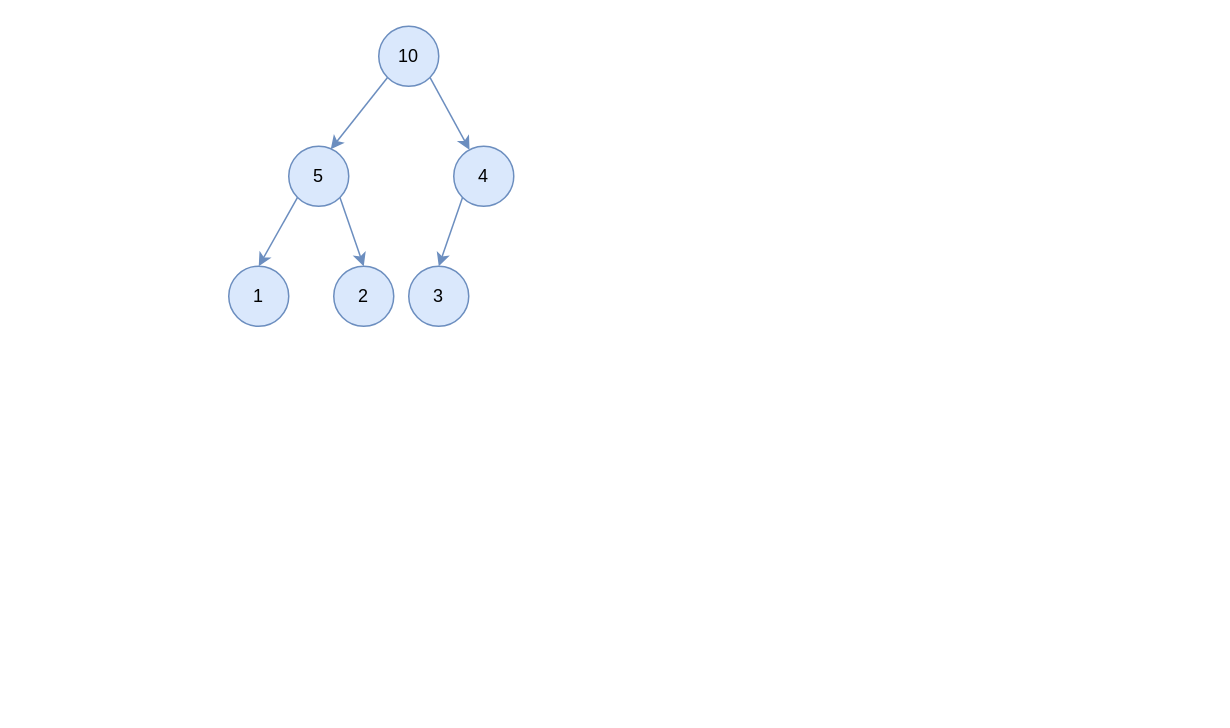
erlieStar/diagrams keeps this draw.io diagram as algorithm/堆排序-建完后开始砍.drawio. Above is the earlier version. Source tidied: cells renumbered, new cells numbered last; positions are measured from the earlier drawing's top-left corner, leaving out a move shared by most shapes. Both pictures are drawn from the tidied source at 150%, with x=0, y=0 at pixel (228, 26).
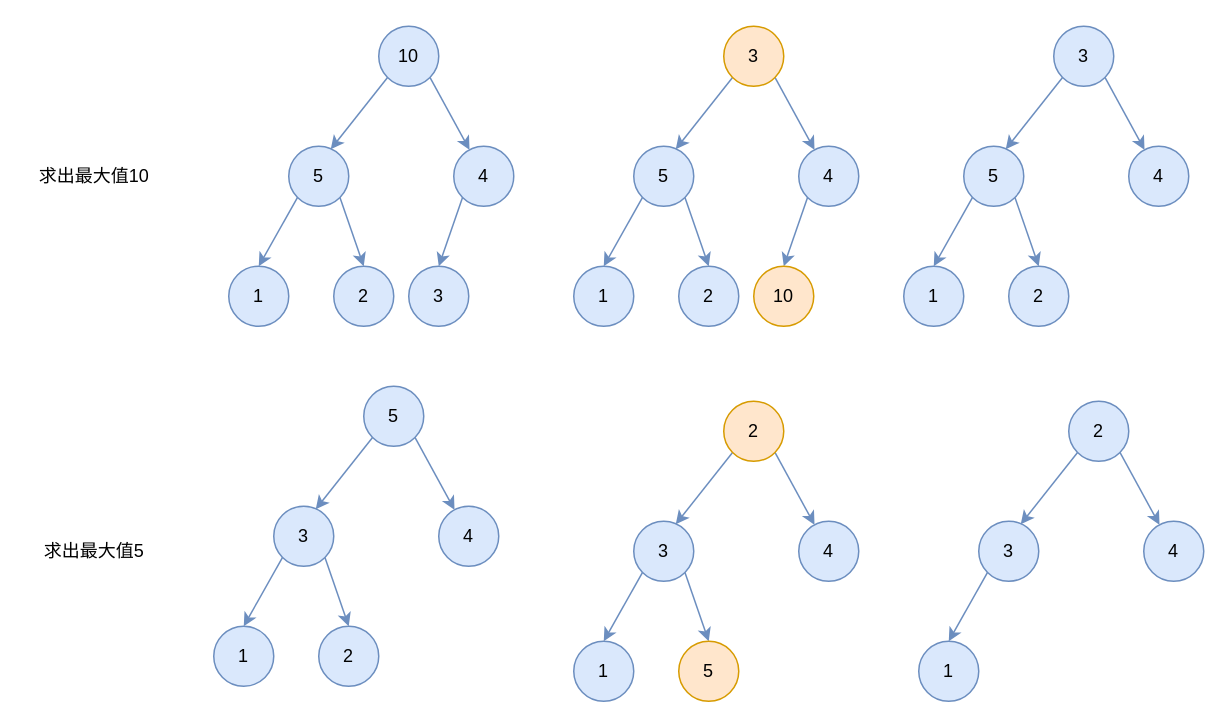
Above is the later version.

Commit message (it also covers changes not shown here):
Update 堆排序-建完后开始砍.drawio

What changed in the source:
```diff
@@
+    <mxCell id="13" style="rounded=0;jettySize=auto;html=1;exitX=0;exitY=1;exitDx=0;exitDy=0;entryX=0.7;entryY=0.05;entryDx=0;entryDy=0;entryPerimeter=0;fillColor=#dae8fc;strokeColor=#6c8ebf;" parent="1" edge="1" source="15" target="18">
+      <mxGeometry relative="1" as="geometry" />
+    </mxCell>
+    <mxCell id="14" style="edgeStyle=none;rounded=0;jettySize=auto;html=1;exitX=1;exitY=1;exitDx=0;exitDy=0;fillColor=#dae8fc;strokeColor=#6c8ebf;" parent="1" edge="1" source="15" target="20">
+      <mxGeometry relative="1" as="geometry" />
+    </mxCell>
+    <mxCell id="15" value="3" style="ellipse;whiteSpace=wrap;html=1;fillColor=#ffe6cc;strokeColor=#d79b00;" parent="1" vertex="1">
+      <mxGeometry x="330" width="40" height="40" as="geometry" />
+    </mxCell>
+    <mxCell id="16" style="edgeStyle=none;rounded=0;jettySize=auto;html=1;exitX=0;exitY=1;exitDx=0;exitDy=0;entryX=0.5;entryY=0;entryDx=0;entryDy=0;fillColor=#dae8fc;strokeColor=#6c8ebf;" parent="1" edge="1" source="18">
+      <mxGeometry relative="1" as="geometry">
+        <mxPoint x="250" y="160" as="targetPoint" />
+      </mxGeometry>
+    </mxCell>
+    <mxCell id="17" style="edgeStyle=none;rounded=0;jettySize=auto;html=1;exitX=1;exitY=1;exitDx=0;exitDy=0;entryX=0.5;entryY=0;entryDx=0;entryDy=0;fillColor=#dae8fc;strokeColor=#6c8ebf;" parent="1" edge="1" source="18" target="21">
+      <mxGeometry relative="1" as="geometry" />
+    </mxCell>
+    <mxCell id="18" value="5" style="ellipse;whiteSpace=wrap;html=1;fillColor=#dae8fc;strokeColor=#6c8ebf;" parent="1" vertex="1">
+      <mxGeometry x="270" y="80" width="40" height="40" as="geometry" />
+    </mxCell>
+    <mxCell id="19" style="edgeStyle=none;rounded=0;jettySize=auto;html=1;exitX=0;exitY=1;exitDx=0;exitDy=0;entryX=0.5;entryY=0;entryDx=0;entryDy=0;fillColor=#dae8fc;strokeColor=#6c8ebf;" parent="1" edge="1" source="20" target="22">
+      <mxGeometry relative="1" as="geometry" />
+    </mxCell>
+    <mxCell id="20" value="4" style="ellipse;whiteSpace=wrap;html=1;fillColor=#dae8fc;strokeColor=#6c8ebf;" parent="1" vertex="1">
+      <mxGeometry x="380" y="80" width="40" height="40" as="geometry" />
+    </mxCell>
+    <mxCell id="21" value="2" style="ellipse;whiteSpace=wrap;html=1;fillColor=#dae8fc;strokeColor=#6c8ebf;" parent="1" vertex="1">
+      <mxGeometry x="300" y="160" width="40" height="40" as="geometry" />
+    </mxCell>
+    <mxCell id="22" value="10" style="ellipse;whiteSpace=wrap;html=1;fillColor=#ffe6cc;strokeColor=#d79b00;" parent="1" vertex="1">
+      <mxGeometry x="350" y="160" width="40" height="40" as="geometry" />
+    </mxCell>
+    <mxCell id="23" value="1" style="ellipse;whiteSpace=wrap;html=1;fillColor=#dae8fc;strokeColor=#6c8ebf;" parent="1" vertex="1">
+      <mxGeometry x="230" y="160" width="40" height="40" as="geometry" />
+    </mxCell>
+    <mxCell id="24" style="rounded=0;jettySize=auto;html=1;exitX=0;exitY=1;exitDx=0;exitDy=0;entryX=0.7;entryY=0.05;entryDx=0;entryDy=0;entryPerimeter=0;fillColor=#dae8fc;strokeColor=#6c8ebf;" parent="1" edge="1" source="26" target="29">
+      <mxGeometry relative="1" as="geometry" />
+    </mxCell>
+    <mxCell id="25" style="edgeStyle=none;rounded=0;jettySize=auto;html=1;exitX=1;exitY=1;exitDx=0;exitDy=0;fillColor=#dae8fc;strokeColor=#6c8ebf;" parent="1" edge="1" source="26" target="30">
+      <mxGeometry relative="1" as="geometry" />
+    </mxCell>
+    <mxCell id="26" value="5" style="ellipse;whiteSpace=wrap;html=1;fillColor=#dae8fc;strokeColor=#6c8ebf;" parent="1" vertex="1">
+      <mxGeometry x="90" y="240" width="40" height="40" as="geometry" />
+    </mxCell>
+    <mxCell id="27" style="edgeStyle=none;rounded=0;jettySize=auto;html=1;exitX=0;exitY=1;exitDx=0;exitDy=0;entryX=0.5;entryY=0;entryDx=0;entryDy=0;fillColor=#dae8fc;strokeColor=#6c8ebf;" parent="1" edge="1" source="29">
+      <mxGeometry relative="1" as="geometry">
+        <mxPoint x="10" y="400" as="targetPoint" />
+      </mxGeometry>
+    </mxCell>
+    <mxCell id="28" style="edgeStyle=none;rounded=0;jettySize=auto;html=1;exitX=1;exitY=1;exitDx=0;exitDy=0;entryX=0.5;entryY=0;entryDx=0;entryDy=0;fillColor=#dae8fc;strokeColor=#6c8ebf;" parent="1" edge="1" source="29" target="31">
+      <mxGeometry relative="1" as="geometry" />
+    </mxCell>
+    <mxCell id="29" value="3" style="ellipse;whiteSpace=wrap;html=1;fillColor=#dae8fc;strokeColor=#6c8ebf;" parent="1" vertex="1">
+      <mxGeometry x="30" y="320" width="40" height="40" as="geometry" />
+    </mxCell>
+    <mxCell id="30" value="4" style="ellipse;whiteSpace=wrap;html=1;fillColor=#dae8fc;strokeColor=#6c8ebf;" parent="1" vertex="1">
+      <mxGeometry x="140" y="320" width="40" height="40" as="geometry" />
+    </mxCell>
+    <mxCell id="31" value="2" style="ellipse;whiteSpace=wrap;html=1;fillColor=#dae8fc;strokeColor=#6c8ebf;" parent="1" vertex="1">
+      <mxGeometry x="60" y="400" width="40" height="40" as="geometry" />
+    </mxCell>
+    <mxCell id="32" value="1" style="ellipse;whiteSpace=wrap;html=1;fillColor=#dae8fc;strokeColor=#6c8ebf;" parent="1" vertex="1">
+      <mxGeometry x="-10" y="400" width="40" height="40" as="geometry" />
+    </mxCell>
+    <mxCell id="33" style="rounded=0;jettySize=auto;html=1;exitX=0;exitY=1;exitDx=0;exitDy=0;entryX=0.7;entryY=0.05;entryDx=0;entryDy=0;entryPerimeter=0;fillColor=#dae8fc;strokeColor=#6c8ebf;" parent="1" edge="1" source="35" target="38">
+      <mxGeometry relative="1" as="geometry" />
+    </mxCell>
+    <mxCell id="34" style="edgeStyle=none;rounded=0;jettySize=auto;html=1;exitX=1;exitY=1;exitDx=0;exitDy=0;fillColor=#dae8fc;strokeColor=#6c8ebf;" parent="1" edge="1" source="35" target="39">
+      <mxGeometry relative="1" as="geometry" />
+    </mxCell>
+    <mxCell id="35" value="2" style="ellipse;whiteSpace=wrap;html=1;fillColor=#ffe6cc;strokeColor=#d79b00;" parent="1" vertex="1">
+      <mxGeometry x="330" y="250" width="40" height="40" as="geometry" />
+    </mxCell>
+    <mxCell id="36" style="edgeStyle=none;rounded=0;jettySize=auto;html=1;exitX=0;exitY=1;exitDx=0;exitDy=0;entryX=0.5;entryY=0;entryDx=0;entryDy=0;fillColor=#dae8fc;strokeColor=#6c8ebf;" parent="1" edge="1" source="38">
+      <mxGeometry relative="1" as="geometry">
+        <mxPoint x="250" y="410" as="targetPoint" />
+      </mxGeometry>
+    </mxCell>
+    <mxCell id="37" style="edgeStyle=none;rounded=0;jettySize=auto;html=1;exitX=1;exitY=1;exitDx=0;exitDy=0;entryX=0.5;entryY=0;entryDx=0;entryDy=0;fillColor=#dae8fc;strokeColor=#6c8ebf;" parent="1" edge="1" source="38" target="40">
+      <mxGeometry relative="1" as="geometry" />
+    </mxCell>
+    <mxCell id="38" value="3" style="ellipse;whiteSpace=wrap;html=1;fillColor=#dae8fc;strokeColor=#6c8ebf;" parent="1" vertex="1">
+      <mxGeometry x="270" y="330" width="40" height="40" as="geometry" />
+    </mxCell>
+    <mxCell id="39" value="4" style="ellipse;whiteSpace=wrap;html=1;fillColor=#dae8fc;strokeColor=#6c8ebf;" parent="1" vertex="1">
+      <mxGeometry x="380" y="330" width="40" height="40" as="geometry" />
+    </mxCell>
+    <mxCell id="40" value="5" style="ellipse;whiteSpace=wrap;html=1;fillColor=#ffe6cc;strokeColor=#d79b00;" parent="1" vertex="1">
+      <mxGeometry x="300" y="410" width="40" height="40" as="geometry" />
+    </mxCell>
+    <mxCell id="41" value="1" style="ellipse;whiteSpace=wrap;html=1;fillColor=#dae8fc;strokeColor=#6c8ebf;" parent="1" vertex="1">
+      <mxGeometry x="230" y="410" width="40" height="40" as="geometry" />
+    </mxCell>
+    <mxCell id="42" style="rounded=0;jettySize=auto;html=1;exitX=0;exitY=1;exitDx=0;exitDy=0;entryX=0.7;entryY=0.05;entryDx=0;entryDy=0;entryPerimeter=0;fillColor=#dae8fc;strokeColor=#6c8ebf;" parent="1" edge="1" source="44" target="47">
+      <mxGeometry relative="1" as="geometry" />
+    </mxCell>
+    <mxCell id="43" style="edgeStyle=none;rounded=0;jettySize=auto;html=1;exitX=1;exitY=1;exitDx=0;exitDy=0;fillColor=#dae8fc;strokeColor=#6c8ebf;" parent="1" edge="1" source="44" target="48">
+      <mxGeometry relative="1" as="geometry" />
+    </mxCell>
+    <mxCell id="44" value="3" style="ellipse;whiteSpace=wrap;html=1;fillColor=#dae8fc;strokeColor=#6c8ebf;" parent="1" vertex="1">
+      <mxGeometry x="550" width="40" height="40" as="geometry" />
+    </mxCell>
+    <mxCell id="45" style="edgeStyle=none;rounded=0;jettySize=auto;html=1;exitX=0;exitY=1;exitDx=0;exitDy=0;entryX=0.5;entryY=0;entryDx=0;entryDy=0;fillColor=#dae8fc;strokeColor=#6c8ebf;" parent="1" edge="1" source="47">
+      <mxGeometry relative="1" as="geometry">
+        <mxPoint x="470" y="160" as="targetPoint" />
+      </mxGeometry>
+    </mxCell>
+    <mxCell id="46" style="edgeStyle=none;rounded=0;jettySize=auto;html=1;exitX=1;exitY=1;exitDx=0;exitDy=0;entryX=0.5;entryY=0;entryDx=0;entryDy=0;fillColor=#dae8fc;strokeColor=#6c8ebf;" parent="1" edge="1" source="47" target="49">
+      <mxGeometry relative="1" as="geometry" />
+    </mxCell>
+    <mxCell id="47" value="5" style="ellipse;whiteSpace=wrap;html=1;fillColor=#dae8fc;strokeColor=#6c8ebf;" parent="1" vertex="1">
+      <mxGeometry x="490" y="80" width="40" height="40" as="geometry" />
+    </mxCell>
+    <mxCell id="48" value="4" style="ellipse;whiteSpace=wrap;html=1;fillColor=#dae8fc;strokeColor=#6c8ebf;" parent="1" vertex="1">
+      <mxGeometry x="600" y="80" width="40" height="40" as="geometry" />
+    </mxCell>
+    <mxCell id="49" value="2" style="ellipse;whiteSpace=wrap;html=1;fillColor=#dae8fc;strokeColor=#6c8ebf;" parent="1" vertex="1">
+      <mxGeometry x="520" y="160" width="40" height="40" as="geometry" />
+    </mxCell>
+    <mxCell id="50" value="1" style="ellipse;whiteSpace=wrap;html=1;fillColor=#dae8fc;strokeColor=#6c8ebf;" parent="1" vertex="1">
+      <mxGeometry x="450" y="160" width="40" height="40" as="geometry" />
+    </mxCell>
+    <mxCell id="51" style="rounded=0;jettySize=auto;html=1;exitX=0;exitY=1;exitDx=0;exitDy=0;entryX=0.7;entryY=0.05;entryDx=0;entryDy=0;entryPerimeter=0;fillColor=#dae8fc;strokeColor=#6c8ebf;" parent="1" edge="1" source="53" target="55">
+      <mxGeometry relative="1" as="geometry" />
+    </mxCell>
+    <mxCell id="52" style="edgeStyle=none;rounded=0;jettySize=auto;html=1;exitX=1;exitY=1;exitDx=0;exitDy=0;fillColor=#dae8fc;strokeColor=#6c8ebf;" parent="1" edge="1" source="53" target="56">
+      <mxGeometry relative="1" as="geometry" />
+    </mxCell>
+    <mxCell id="53" value="2" style="ellipse;whiteSpace=wrap;html=1;fillColor=#dae8fc;strokeColor=#6c8ebf;" parent="1" vertex="1">
+      <mxGeometry x="560" y="250" width="40" height="40" as="geometry" />
+    </mxCell>
+    <mxCell id="54" style="edgeStyle=none;rounded=0;jettySize=auto;html=1;exitX=0;exitY=1;exitDx=0;exitDy=0;entryX=0.5;entryY=0;entryDx=0;entryDy=0;fillColor=#dae8fc;strokeColor=#6c8ebf;" parent="1" edge="1" source="55">
+      <mxGeometry relative="1" as="geometry">
+        <mxPoint x="480" y="410" as="targetPoint" />
+      </mxGeometry>
+    </mxCell>
+    <mxCell id="55" value="3" style="ellipse;whiteSpace=wrap;html=1;fillColor=#dae8fc;strokeColor=#6c8ebf;" parent="1" vertex="1">
+      <mxGeometry x="500" y="330" width="40" height="40" as="geometry" />
+    </mxCell>
+    <mxCell id="56" value="4" style="ellipse;whiteSpace=wrap;html=1;fillColor=#dae8fc;strokeColor=#6c8ebf;" parent="1" vertex="1">
+      <mxGeometry x="610" y="330" width="40" height="40" as="geometry" />
+    </mxCell>
+    <mxCell id="57" value="1" style="ellipse;whiteSpace=wrap;html=1;fillColor=#dae8fc;strokeColor=#6c8ebf;" parent="1" vertex="1">
+      <mxGeometry x="460" y="410" width="40" height="40" as="geometry" />
+    </mxCell>
+    <mxCell id="58" value="求出最大值10" style="text;html=1;align=center;verticalAlign=middle;strokeColor=none;" parent="1" vertex="1">
+      <mxGeometry x="-135" y="90" width="90" height="20" as="geometry" />
+    </mxCell>
+    <mxCell id="59" value="求出最大值5" style="text;html=1;align=center;verticalAlign=middle;strokeColor=none;" parent="1" vertex="1">
+      <mxGeometry x="-130" y="340" width="80" height="20" as="geometry" />
+    </mxCell>
```
